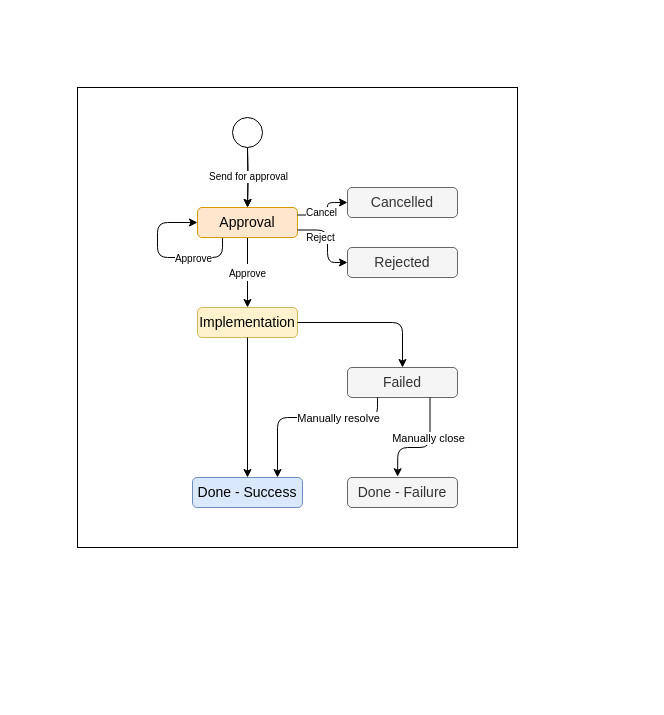
Before: page "access-request" (4 of 10) of midpoint/devel/iga/iga-schemas.drawio in Evolveum/docs, a draw.io diagram. Source tidied: cells renumbered, new cells numbered last; positions are measured from the earlier drawing's top-left corner, leaving out a move shared by most shapes. Both pictures are drawn from the tidied source at 100%, with x=0, y=0 at pixel (77, 87).
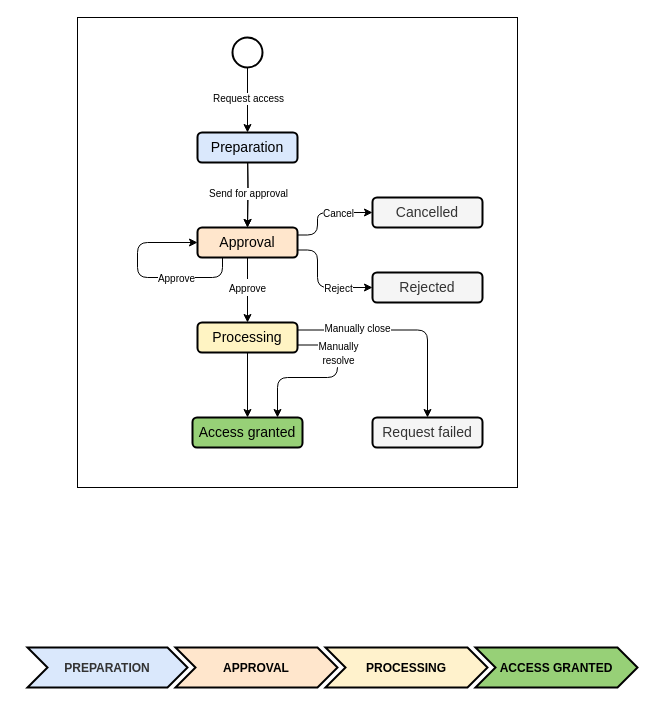
Above is the later version.

Unchanged cells that the change refers to:
```xml
<mxCell id="9" style="endArrow=classic;html=1;rounded=1;fontSize=14;edgeStyle=orthogonalEdgeStyle;startArrow=none;startFill=0;exitX=0.5;exitY=1;exitDx=0;exitDy=0;entryX=0.5;entryY=0;entryDx=0;entryDy=0;" parent="1" edge="1" target="8">
  <mxGeometry relative="1" as="geometry">
    <mxPoint x="170" y="60" as="sourcePoint" />
  </mxGeometry>
</mxCell>
```

What changed in the source:
```diff
@@
     <mxCell id="2" style="rounded=0;whiteSpace=wrap;html=1;labelBackgroundColor=none;strokeColor=#000000;strokeWidth=1;fillColor=none;gradientColor=#B3B3B3;" parent="1" vertex="1">
-      <mxGeometry width="440" height="460" as="geometry" />
+      <mxGeometry y="-70" width="440" height="470" as="geometry" />
     </mxCell>
@@
-    <mxCell id="4" value="Implementation" style="rounded=1;whiteSpace=wrap;html=1;fontSize=14;fillColor=#fff2cc;strokeColor=#d6b656;" parent="1" vertex="1">
-      <mxGeometry x="120" y="220" width="100" height="30" as="geometry" />
+    <mxCell id="4" value="Processing" style="rounded=1;whiteSpace=wrap;html=1;fontSize=14;fillColor=#FFF4C3;strokeColor=#000000;strokeWidth=2;" parent="1" vertex="1">
+      <mxGeometry x="120" y="235" width="100" height="30" as="geometry" />
     </mxCell>
     <mxCell id="5" value="&lt;font style=&quot;font-size: 10px&quot;&gt;Approve&lt;/font&gt;" style="endArrow=classic;html=1;rounded=0;fontSize=14;exitX=0.5;exitY=1;exitDx=0;exitDy=0;" parent="1" edge="1" source="8" target="4">
-      <mxGeometry relative="1" as="geometry" />
+      <mxGeometry x="-0.08" relative="1" as="geometry" />
     </mxCell>
     <mxCell id="6" style="endArrow=classic;html=1;rounded=1;fontSize=14;edgeStyle=orthogonalEdgeStyle;startArrow=none;startFill=0;exitX=0.25;exitY=1;exitDx=0;exitDy=0;entryX=0;entryY=0.5;entryDx=0;entryDy=0;" parent="1" edge="1" source="8" target="8">
       <mxGeometry relative="1" as="geometry">
         <Array as="points">
-          <mxPoint x="145" y="170" />
-          <mxPoint x="80" y="170" />
-          <mxPoint x="80" y="135" />
+          <mxPoint x="145" y="190" />
+          <mxPoint x="60" y="190" />
+          <mxPoint x="60" y="155" />
         </Array>
       </mxGeometry>
     </mxCell>
     <mxCell id="7" value="Approve" style="edgeLabel;html=1;align=center;verticalAlign=middle;fontSize=10;fontColor=#000000;" parent="6" vertex="1">
       <mxGeometry x="-0.23" y="-2" relative="1" as="geometry">
-        <mxPoint x="12" y="2" as="offset" />
+        <mxPoint x="10" y="2" as="offset" />
       </mxGeometry>
     </mxCell>
-    <mxCell id="8" value="Approval" style="rounded=1;whiteSpace=wrap;html=1;fontSize=14;fillColor=#ffe6cc;strokeColor=#d79b00;" parent="1" vertex="1">
-      <mxGeometry x="120" y="120" width="100" height="30" as="geometry" />
+    <mxCell id="8" value="Approval" style="rounded=1;whiteSpace=wrap;html=1;fontSize=14;fillColor=#ffe6cc;strokeColor=#000000;strokeWidth=2;" parent="1" vertex="1">
+      <mxGeometry x="120" y="140" width="100" height="30" as="geometry" />
     </mxCell>
@@
     <mxCell id="10" value="Send for approval" style="edgeLabel;html=1;align=center;verticalAlign=middle;fontSize=10;fontColor=#000000;" parent="9" vertex="1">
       <mxGeometry x="-0.23" y="-2" relative="1" as="geometry">
-        <mxPoint x="2" y="5" as="offset" />
+        <mxPoint x="2" y="14" as="offset" />
       </mxGeometry>
     </mxCell>
@@
-    <mxCell id="12" value="Done - Success" style="rounded=1;whiteSpace=wrap;html=1;fontSize=14;fillColor=#dae8fc;strokeColor=#6c8ebf;" parent="1" vertex="1">
-      <mxGeometry x="115" y="390" width="110" height="30" as="geometry" />
+    <mxCell id="12" value="Access granted" style="rounded=1;whiteSpace=wrap;html=1;fontSize=14;fillColor=#97D077;strokeColor=#000000;strokeWidth=2;" parent="1" vertex="1">
+      <mxGeometry x="115" y="330" width="110" height="30" as="geometry" />
     </mxCell>
-    <mxCell id="13" value="Rejected" style="rounded=1;whiteSpace=wrap;html=1;fontSize=14;fillColor=#f5f5f5;strokeColor=#666666;fontColor=#333333;" parent="1" vertex="1">
-      <mxGeometry x="270" y="160" width="110" height="30" as="geometry" />
+    <mxCell id="13" value="Rejected" style="rounded=1;whiteSpace=wrap;html=1;fontSize=14;fillColor=#f5f5f5;strokeColor=#000000;fontColor=#333333;strokeWidth=2;" parent="1" vertex="1">
+      <mxGeometry x="295" y="185" width="110" height="30" as="geometry" />
     </mxCell>
     <mxCell id="14" style="endArrow=classic;html=1;rounded=1;fontSize=14;edgeStyle=orthogonalEdgeStyle;startArrow=none;startFill=0;exitX=1;exitY=0.75;exitDx=0;exitDy=0;entryX=0;entryY=0.5;entryDx=0;entryDy=0;" parent="1" edge="1" source="8" target="13">
       <mxGeometry relative="1" as="geometry">
         <Array as="points">
-          <mxPoint x="250" y="143" />
-          <mxPoint x="250" y="175" />
+          <mxPoint x="240" y="163" />
+          <mxPoint x="240" y="200" />
         </Array>
       </mxGeometry>
     </mxCell>
     <mxCell id="15" value="Reject" style="edgeLabel;html=1;align=center;verticalAlign=middle;fontSize=10;" parent="14" vertex="1">
       <mxGeometry x="0.15" y="1" relative="1" as="geometry">
-        <mxPoint x="-9" y="-10" as="offset" />
+        <mxPoint x="13" y="1" as="offset" />
       </mxGeometry>
     </mxCell>
-    <mxCell id="16" value="Failed" style="rounded=1;whiteSpace=wrap;html=1;fontSize=14;fillColor=#f5f5f5;strokeColor=#666666;fontColor=#333333;" parent="1" vertex="1">
-      <mxGeometry x="270" y="280" width="110" height="30" as="geometry" />
-    </mxCell>
-    <mxCell id="17" style="ellipse;whiteSpace=wrap;html=1;fontSize=14;" parent="1" vertex="1">
-      <mxGeometry x="155" y="30" width="30" height="30" as="geometry" />
+    <mxCell id="17" style="ellipse;whiteSpace=wrap;html=1;fontSize=14;strokeWidth=2;" parent="1" vertex="1">
+      <mxGeometry x="155" y="-50" width="30" height="30" as="geometry" />
     </mxCell>
-    <mxCell id="18" style="endArrow=classic;html=1;rounded=1;fontSize=14;edgeStyle=orthogonalEdgeStyle;startArrow=none;startFill=0;exitX=1;exitY=0.5;exitDx=0;exitDy=0;entryX=0.5;entryY=0;entryDx=0;entryDy=0;" parent="1" edge="1" source="4" target="16">
-      <mxGeometry relative="1" as="geometry">
-        <Array as="points">
-          <mxPoint x="325" y="235" />
-        </Array>
-      </mxGeometry>
-    </mxCell>
-    <mxCell id="19" style="endArrow=classic;html=1;rounded=1;fontSize=14;edgeStyle=orthogonalEdgeStyle;startArrow=none;startFill=0;" parent="1" edge="1" source="16">
+    <mxCell id="19" style="endArrow=classic;html=1;rounded=1;fontSize=14;edgeStyle=orthogonalEdgeStyle;startArrow=none;startFill=0;exitX=1;exitY=0.75;exitDx=0;exitDy=0;" parent="1" edge="1" source="4">
       <mxGeometry relative="1" as="geometry">
-        <mxPoint x="200" y="390" as="targetPoint" />
+        <mxPoint x="200" y="330" as="targetPoint" />
         <Array as="points">
-          <mxPoint x="300" y="330" />
-          <mxPoint x="200" y="330" />
+          <mxPoint x="260" y="258" />
+          <mxPoint x="260" y="290" />
+          <mxPoint x="200" y="290" />
         </Array>
       </mxGeometry>
     </mxCell>
-    <mxCell id="20" value="Manually resolve" style="edgeLabel;html=1;align=center;verticalAlign=middle;" parent="19" vertex="1">
+    <mxCell id="20" value="&lt;font style=&quot;font-size: 10px&quot;&gt;Manually &lt;br&gt;resolve&lt;/font&gt;" style="edgeLabel;html=1;align=center;verticalAlign=middle;" parent="19" vertex="1">
       <mxGeometry x="-0.35" y="1" relative="1" as="geometry">
-        <mxPoint x="-1" y="-1" as="offset" />
+        <mxPoint x="-1" y="-8" as="offset" />
       </mxGeometry>
     </mxCell>
-    <mxCell id="21" value="Done - Failure" style="rounded=1;whiteSpace=wrap;html=1;fontSize=14;fillColor=#f5f5f5;strokeColor=#666666;fontColor=#333333;" parent="1" vertex="1">
-      <mxGeometry x="270" y="390" width="110" height="30" as="geometry" />
+    <mxCell id="21" value="Request failed" style="rounded=1;whiteSpace=wrap;html=1;fontSize=14;fillColor=#f5f5f5;strokeColor=#000000;fontColor=#333333;strokeWidth=2;" parent="1" vertex="1">
+      <mxGeometry x="295" y="330" width="110" height="30" as="geometry" />
     </mxCell>
-    <mxCell id="22" style="endArrow=classic;html=1;rounded=1;fontSize=14;edgeStyle=orthogonalEdgeStyle;startArrow=none;startFill=0;exitX=0.75;exitY=1;exitDx=0;exitDy=0;entryX=0.456;entryY=-0.026;entryDx=0;entryDy=0;entryPerimeter=0;" parent="1" edge="1" source="16" target="21">
-      <mxGeometry x="0.11" relative="1" as="geometry">
-        <Array as="points">
-          <mxPoint x="353" y="360" />
-          <mxPoint x="320" y="360" />
-        </Array>
-      </mxGeometry>
-    </mxCell>
-    <mxCell id="23" value="Manually close" style="edgeLabel;html=1;align=center;verticalAlign=middle;" parent="22" vertex="1">
-      <mxGeometry x="0.28" y="3" relative="1" as="geometry">
-        <mxPoint x="19" y="-13" as="offset" />
-      </mxGeometry>
-    </mxCell>
-    <mxCell id="24" value="Cancelled" style="rounded=1;whiteSpace=wrap;html=1;fontSize=14;fillColor=#f5f5f5;strokeColor=#666666;fontColor=#333333;" parent="1" vertex="1">
-      <mxGeometry x="270" y="100" width="110" height="30" as="geometry" />
+    <mxCell id="24" value="Cancelled" style="rounded=1;whiteSpace=wrap;html=1;fontSize=14;fillColor=#f5f5f5;strokeColor=#000000;fontColor=#333333;strokeWidth=2;" parent="1" vertex="1">
+      <mxGeometry x="295" y="110" width="110" height="30" as="geometry" />
     </mxCell>
     <mxCell id="25" style="endArrow=classic;html=1;rounded=1;fontSize=14;edgeStyle=orthogonalEdgeStyle;startArrow=none;startFill=0;exitX=1;exitY=0.25;exitDx=0;exitDy=0;entryX=0;entryY=0.5;entryDx=0;entryDy=0;" parent="1" edge="1" source="8" target="24">
       <mxGeometry relative="1" as="geometry">
         <Array as="points">
-          <mxPoint x="250" y="128" />
-          <mxPoint x="250" y="115" />
+          <mxPoint x="240" y="148" />
+          <mxPoint x="240" y="125" />
         </Array>
       </mxGeometry>
     </mxCell>
     <mxCell id="26" value="Cancel" style="edgeLabel;html=1;align=center;verticalAlign=middle;fontSize=10;" parent="25" vertex="1">
       <mxGeometry x="0.15" y="1" relative="1" as="geometry">
-        <mxPoint x="-6" y="3" as="offset" />
+        <mxPoint x="7" y="1" as="offset" />
       </mxGeometry>
     </mxCell>
+    <mxCell id="27" value="Preparation" style="rounded=1;whiteSpace=wrap;html=1;fontSize=14;fillColor=#dae8fc;strokeColor=#000000;strokeWidth=2;" parent="1" vertex="1">
+      <mxGeometry x="120" y="45" width="100" height="30" as="geometry" />
+    </mxCell>
+    <mxCell id="28" style="endArrow=classic;html=1;rounded=1;fontSize=14;edgeStyle=orthogonalEdgeStyle;startArrow=none;startFill=0;exitX=0.5;exitY=1;exitDx=0;exitDy=0;" parent="1" edge="1" source="17" target="27">
+      <mxGeometry relative="1" as="geometry" />
+    </mxCell>
+    <mxCell id="29" value="Request access" style="edgeLabel;html=1;align=center;verticalAlign=middle;fontSize=10;fontColor=#000000;" parent="28" vertex="1">
+      <mxGeometry x="-0.23" y="-2" relative="1" as="geometry">
+        <mxPoint x="2" y="5" as="offset" />
+      </mxGeometry>
+    </mxCell>
+    <mxCell id="30" style="swimlane;horizontal=1;fillColor=none;strokeColor=none;stackBorder=10;align=center;fontColor=#000000;startSize=0;" parent="1" vertex="1">
+      <mxGeometry x="-60" y="550" width="630" height="60" as="geometry" />
+    </mxCell>
+    <mxCell id="31" value="PREPARATION" style="shape=step;perimeter=stepPerimeter;fixedSize=1;strokeWidth=2;fillColor=#DAE8FC;fontColor=#333333;strokeColor=#000000;fontStyle=1;" parent="30" vertex="1">
+      <mxGeometry x="10" y="10" width="160" height="40" as="geometry" />
+    </mxCell>
+    <mxCell id="32" value="APPROVAL" style="shape=step;perimeter=stepPerimeter;fixedSize=1;strokeWidth=2;fillColor=#ffe6cc;strokeColor=#000000;fontStyle=1;" parent="30" vertex="1">
+      <mxGeometry x="158" y="10" width="162" height="40" as="geometry" />
+    </mxCell>
+    <mxCell id="33" value="PROCESSING" style="shape=step;perimeter=stepPerimeter;fixedSize=1;strokeWidth=2;fillColor=#fff2cc;strokeColor=#000000;fontStyle=1;" parent="30" vertex="1">
+      <mxGeometry x="308" y="10" width="162" height="40" as="geometry" />
+    </mxCell>
+    <mxCell id="34" value="ACCESS GRANTED" style="shape=step;perimeter=stepPerimeter;fixedSize=1;strokeWidth=2;fillColor=#97D077;fontStyle=1;strokeColor=#000000;" parent="30" vertex="1">
+      <mxGeometry x="458" y="10" width="162" height="40" as="geometry" />
+    </mxCell>
+    <mxCell id="35" style="endArrow=classic;html=1;rounded=1;fontSize=14;edgeStyle=orthogonalEdgeStyle;startArrow=none;startFill=0;exitX=1;exitY=0.25;exitDx=0;exitDy=0;entryX=0.5;entryY=0;entryDx=0;entryDy=0;" parent="1" edge="1" source="4" target="21">
+      <mxGeometry relative="1" as="geometry">
+        <Array as="points">
+          <mxPoint x="350" y="243" />
+        </Array>
+      </mxGeometry>
+    </mxCell>
+    <mxCell id="23" value="&lt;font style=&quot;font-size: 10px&quot;&gt;Manually close&lt;/font&gt;" style="edgeLabel;html=1;align=center;verticalAlign=middle;" parent="35" vertex="1">
+      <mxGeometry x="-0.35" y="1" relative="1" as="geometry">
+        <mxPoint x="-12" y="-1" as="offset" />
+      </mxGeometry>
+    </mxCell>
```
